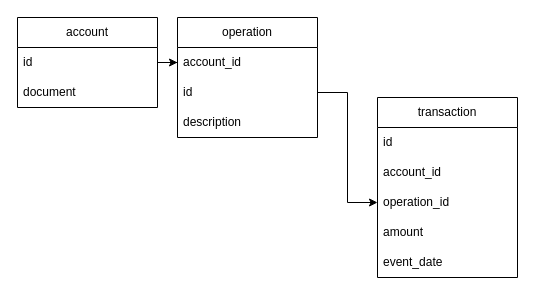
This is docs/model/BankApiModelling.drawio from LulianoM/bank-api, a draw.io file, before an edit. Source tidied: cells renumbered, new cells numbered last; positions are measured from the earlier drawing's top-left corner, leaving out a move shared by most shapes. Both pictures are drawn from the tidied source at 100%, with x=0, y=0 at pixel (17, 17).
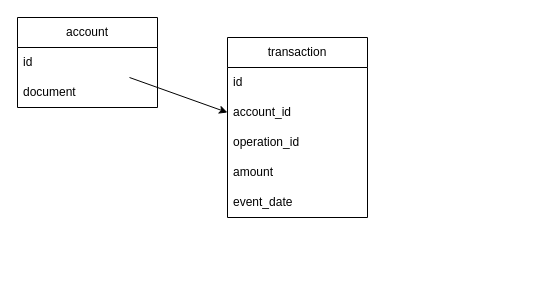
The same page after the edit.

Commit message:
docs: att modelling

Change to the diagram source:
```diff
@@
 <mxGraphModel>
   <root>
     <mxCell id="0" />
     <mxCell id="1" parent="0" />
     <mxCell id="2" value="account" style="swimlane;fontStyle=0;horizontal=1;startSize=30;whiteSpace=wrap;html=1;" parent="1" vertex="1">
       <mxGeometry width="140" height="90" as="geometry" />
     </mxCell>
     <mxCell id="3" value="id" style="text;strokeColor=none;fillColor=none;align=left;verticalAlign=middle;spacingLeft=4;spacingRight=4;overflow=hidden;points=[[0,0.5],[1,0.5]];portConstraint=eastwest;whiteSpace=wrap;html=1;" parent="2" vertex="1">
       <mxGeometry y="30" width="140" height="30" as="geometry" />
     </mxCell>
     <mxCell id="4" value="document" style="text;strokeColor=none;fillColor=none;align=left;verticalAlign=middle;spacingLeft=4;spacingRight=4;overflow=hidden;whiteSpace=wrap;html=1;" parent="2" vertex="1">
       <mxGeometry y="60" width="140" height="30" as="geometry" />
     </mxCell>
-    <mxCell id="5" value="operation" style="swimlane;fontStyle=0;horizontal=1;startSize=30;whiteSpace=wrap;html=1;" parent="1" vertex="1">
-      <mxGeometry x="160" width="140" height="120" as="geometry" />
-    </mxCell>
-    <mxCell id="6" value="account_id" style="text;strokeColor=none;fillColor=none;align=left;verticalAlign=middle;spacingLeft=4;spacingRight=4;overflow=hidden;points=[[0,0.5],[1,0.5]];portConstraint=eastwest;whiteSpace=wrap;html=1;" parent="5" vertex="1">
-      <mxGeometry y="30" width="140" height="30" as="geometry" />
-    </mxCell>
-    <mxCell id="7" value="id" style="text;strokeColor=none;fillColor=none;align=left;verticalAlign=middle;spacingLeft=4;spacingRight=4;overflow=hidden;points=[[0,0.5],[1,0.5]];portConstraint=eastwest;whiteSpace=wrap;html=1;" parent="5" vertex="1">
-      <mxGeometry y="60" width="140" height="30" as="geometry" />
-    </mxCell>
-    <mxCell id="8" value="description" style="text;strokeColor=none;fillColor=none;align=left;verticalAlign=middle;spacingLeft=4;spacingRight=4;overflow=hidden;whiteSpace=wrap;html=1;" parent="5" vertex="1">
-      <mxGeometry y="90" width="140" height="30" as="geometry" />
-    </mxCell>
-    <mxCell id="9" style="edgeStyle=orthogonalEdgeStyle;rounded=0;jettySize=auto;html=1;entryX=0;entryY=0.5;entryDx=0;entryDy=0;" parent="1" edge="1" source="3" target="6">
-      <mxGeometry relative="1" as="geometry" />
-    </mxCell>
     <mxCell id="10" value="transaction" style="swimlane;fontStyle=0;horizontal=1;startSize=30;whiteSpace=wrap;html=1;" parent="1" vertex="1">
-      <mxGeometry x="360" y="80" width="140" height="180" as="geometry" />
+      <mxGeometry x="210" y="20" width="140" height="180" as="geometry" />
     </mxCell>
     <mxCell id="11" value="id" style="text;strokeColor=none;fillColor=none;align=left;verticalAlign=middle;spacingLeft=4;spacingRight=4;overflow=hidden;whiteSpace=wrap;html=1;" parent="10" vertex="1">
       <mxGeometry y="30" width="140" height="30" as="geometry" />
     </mxCell>
     <mxCell id="12" value="account_id" style="text;strokeColor=none;fillColor=none;align=left;verticalAlign=middle;spacingLeft=4;spacingRight=4;overflow=hidden;points=[[0,0.5],[1,0.5]];portConstraint=eastwest;whiteSpace=wrap;html=1;" parent="10" vertex="1">
       <mxGeometry y="60" width="140" height="30" as="geometry" />
     </mxCell>
     <mxCell id="13" value="operation_id" style="text;strokeColor=none;fillColor=none;align=left;verticalAlign=middle;spacingLeft=4;spacingRight=4;overflow=hidden;points=[[0,0.5],[1,0.5]];portConstraint=eastwest;whiteSpace=wrap;html=1;" parent="10" vertex="1">
       <mxGeometry y="90" width="140" height="30" as="geometry" />
     </mxCell>
     <mxCell id="14" value="amount" style="text;strokeColor=none;fillColor=none;align=left;verticalAlign=middle;spacingLeft=4;spacingRight=4;overflow=hidden;whiteSpace=wrap;html=1;" parent="10" vertex="1">
       <mxGeometry y="120" width="140" height="30" as="geometry" />
     </mxCell>
     <mxCell id="15" value="event_date" style="text;strokeColor=none;fillColor=none;align=left;verticalAlign=middle;spacingLeft=4;spacingRight=4;overflow=hidden;whiteSpace=wrap;html=1;" parent="10" vertex="1">
       <mxGeometry y="150" width="140" height="30" as="geometry" />
     </mxCell>
-    <mxCell id="16" style="edgeStyle=orthogonalEdgeStyle;rounded=0;jettySize=auto;html=1;entryX=0;entryY=0.5;entryDx=0;entryDy=0;" parent="1" edge="1" source="7" target="13">
-      <mxGeometry relative="1" as="geometry" />
-    </mxCell>
+    <mxCell id="17" style="edgeStyle=none;html=1;entryX=0;entryY=0.5;entryDx=0;entryDy=0;" parent="1" edge="1" source="3" target="12">
+      <mxGeometry relative="1" as="geometry" />
+    </mxCell>
   </root>
 </mxGraphModel>
```
